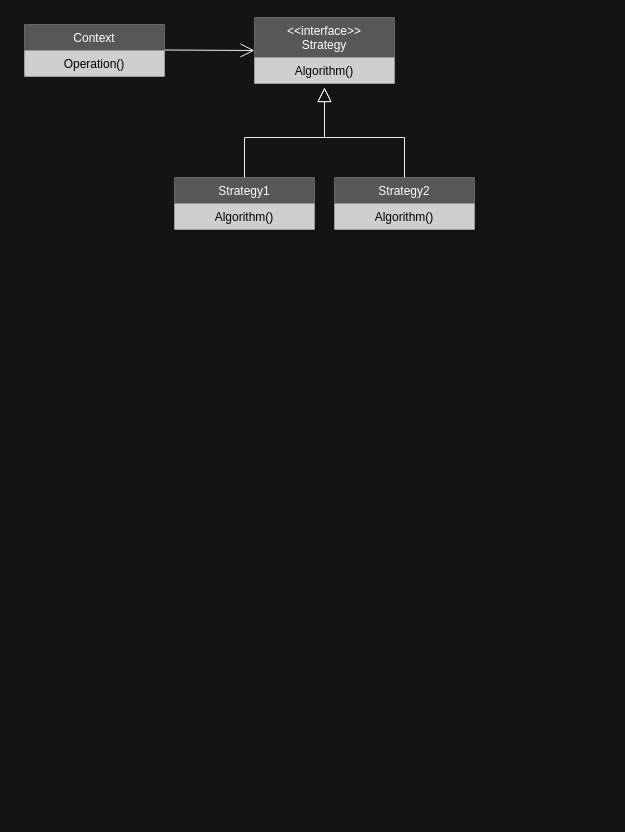
The draw.io diagram _posts_data/2021_0617_Strategy Pattern.drawio in rito15/rito15.github.io, before the edit. Source tidied: cells renumbered, new cells numbered last; positions are measured from the earlier drawing's top-left corner, leaving out a move shared by most shapes. Both pictures are drawn from the tidied source at 100%, with x=0, y=0 at pixel (24, 17).
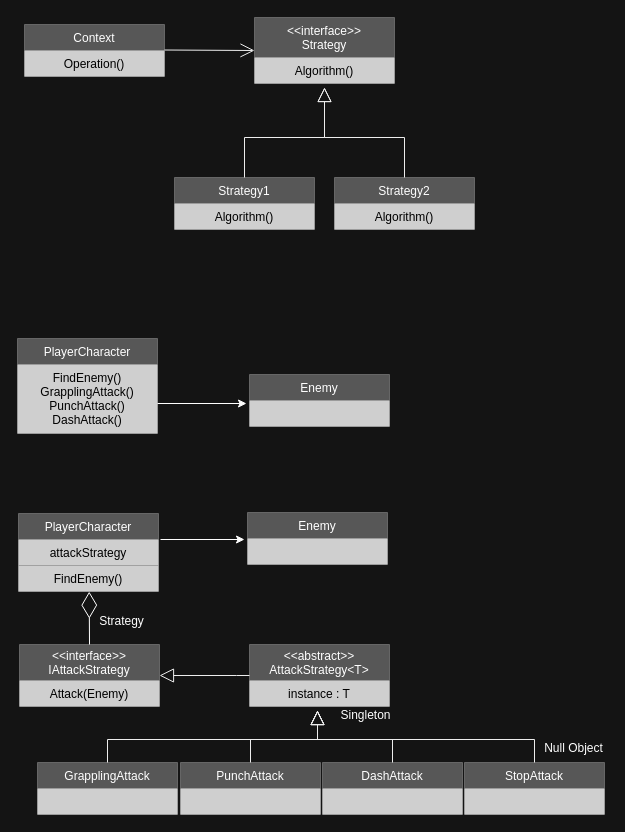
Above is the later version.

Diff of the diagram source:
```diff
@@
+    <mxCell id="13" value="PlayerCharacter" style="swimlane;fontStyle=0;horizontal=1;startSize=26;strokeColor=#666666;fillColor=#575757;fontColor=#FFFFFF;" parent="1" vertex="1">
+      <mxGeometry x="-7" y="321" width="140" height="95" as="geometry" />
+    </mxCell>
+    <mxCell id="14" value="FindEnemy()&#10;GrapplingAttack()&#10;PunchAttack()&#10;DashAttack()" style="text;strokeColor=none;align=center;verticalAlign=top;spacingLeft=4;spacingRight=4;overflow=hidden;fillColor=#CFCFCF;" parent="13" vertex="1">
+      <mxGeometry y="26" width="140" height="69" as="geometry" />
+    </mxCell>
+    <mxCell id="15" value="Enemy" style="swimlane;fontStyle=0;horizontal=1;startSize=26;strokeColor=#666666;fillColor=#575757;fontColor=#FFFFFF;" parent="1" vertex="1">
+      <mxGeometry x="225" y="357" width="140" height="52" as="geometry" />
+    </mxCell>
+    <mxCell id="16" style="text;strokeColor=none;align=center;verticalAlign=top;spacingLeft=4;spacingRight=4;overflow=hidden;fillColor=#CFCFCF;" parent="15" vertex="1">
+      <mxGeometry y="26" width="140" height="26" as="geometry" />
+    </mxCell>
+    <mxCell id="17" style="endArrow=classic;html=1;strokeColor=#FFFFFF;exitX=1;exitY=0.5;exitDx=0;exitDy=0;" parent="1" edge="1">
+      <mxGeometry relative="1" as="geometry">
+        <mxPoint x="133" y="386" as="sourcePoint" />
+        <mxPoint x="222" y="386" as="targetPoint" />
+      </mxGeometry>
+    </mxCell>
+    <mxCell id="18" value="PlayerCharacter" style="swimlane;fontStyle=0;horizontal=1;startSize=26;strokeColor=#666666;fillColor=#575757;fontColor=#FFFFFF;" parent="1" vertex="1">
+      <mxGeometry x="-6" y="496" width="140" height="78" as="geometry" />
+    </mxCell>
+    <mxCell id="19" value="attackStrategy" style="text;strokeColor=none;align=center;verticalAlign=top;spacingLeft=4;spacingRight=4;overflow=hidden;fillColor=#CFCFCF;" parent="18" vertex="1">
+      <mxGeometry y="26" width="140" height="26" as="geometry" />
+    </mxCell>
+    <mxCell id="20" value="FindEnemy()" style="text;strokeColor=none;align=center;verticalAlign=top;spacingLeft=4;spacingRight=4;overflow=hidden;points=[[0,0.5],[1,0.5]];portConstraint=eastwest;fillColor=#CFCFCF;" parent="18" vertex="1">
+      <mxGeometry y="52" width="140" height="26" as="geometry" />
+    </mxCell>
+    <mxCell id="21" value="Enemy" style="swimlane;fontStyle=0;horizontal=1;startSize=26;strokeColor=#666666;fillColor=#575757;fontColor=#FFFFFF;" parent="1" vertex="1">
+      <mxGeometry x="223" y="495" width="140" height="52" as="geometry" />
+    </mxCell>
+    <mxCell id="22" style="text;strokeColor=none;align=center;verticalAlign=top;spacingLeft=4;spacingRight=4;overflow=hidden;fillColor=#CFCFCF;" parent="21" vertex="1">
+      <mxGeometry y="26" width="140" height="26" as="geometry" />
+    </mxCell>
+    <mxCell id="23" value="&lt;&lt;interface&gt;&gt;&#10;IAttackStrategy" style="swimlane;fontStyle=0;horizontal=1;startSize=36;strokeColor=#666666;fillColor=#575757;fontColor=#FFFFFF;" parent="1" vertex="1">
+      <mxGeometry x="-5" y="627" width="140" height="62" as="geometry" />
+    </mxCell>
+    <mxCell id="24" value="Attack(Enemy)" style="text;strokeColor=none;align=center;verticalAlign=top;spacingLeft=4;spacingRight=4;overflow=hidden;fillColor=#CFCFCF;" parent="23" vertex="1">
+      <mxGeometry y="36" width="140" height="26" as="geometry" />
+    </mxCell>
+    <mxCell id="25" value="&lt;&lt;abstract&gt;&gt;&#10;AttackStrategy&lt;T&gt;" style="swimlane;fontStyle=0;horizontal=1;startSize=36;strokeColor=#666666;fillColor=#575757;fontColor=#FFFFFF;" parent="1" vertex="1">
+      <mxGeometry x="225" y="627" width="140" height="62" as="geometry" />
+    </mxCell>
+    <mxCell id="26" value="instance : T" style="text;strokeColor=none;align=center;verticalAlign=top;spacingLeft=4;spacingRight=4;overflow=hidden;fillColor=#CFCFCF;" parent="25" vertex="1">
+      <mxGeometry y="36" width="140" height="26" as="geometry" />
+    </mxCell>
+    <mxCell id="27" value="DashAttack" style="swimlane;fontStyle=0;horizontal=1;startSize=26;strokeColor=#666666;fillColor=#575757;fontColor=#FFFFFF;" parent="1" vertex="1">
+      <mxGeometry x="298" y="745" width="140" height="52" as="geometry" />
+    </mxCell>
+    <mxCell id="28" style="text;strokeColor=none;align=center;verticalAlign=top;spacingLeft=4;spacingRight=4;overflow=hidden;fillColor=#CFCFCF;" parent="27" vertex="1">
+      <mxGeometry y="26" width="140" height="26" as="geometry" />
+    </mxCell>
+    <mxCell id="29" value="PunchAttack" style="swimlane;fontStyle=0;horizontal=1;startSize=26;strokeColor=#666666;fillColor=#575757;fontColor=#FFFFFF;" parent="1" vertex="1">
+      <mxGeometry x="156" y="745" width="140" height="52" as="geometry" />
+    </mxCell>
+    <mxCell id="30" style="text;strokeColor=none;align=center;verticalAlign=top;spacingLeft=4;spacingRight=4;overflow=hidden;fillColor=#CFCFCF;" parent="29" vertex="1">
+      <mxGeometry y="26" width="140" height="26" as="geometry" />
+    </mxCell>
+    <mxCell id="31" value="StopAttack" style="swimlane;fontStyle=0;horizontal=1;startSize=26;strokeColor=#666666;fillColor=#575757;fontColor=#FFFFFF;" parent="1" vertex="1">
+      <mxGeometry x="440" y="745" width="140" height="52" as="geometry" />
+    </mxCell>
+    <mxCell id="32" style="text;strokeColor=none;align=center;verticalAlign=top;spacingLeft=4;spacingRight=4;overflow=hidden;fillColor=#CFCFCF;" parent="31" vertex="1">
+      <mxGeometry y="26" width="140" height="26" as="geometry" />
+    </mxCell>
+    <mxCell id="33" value="GrapplingAttack" style="swimlane;fontStyle=0;horizontal=1;startSize=26;strokeColor=#666666;fillColor=#575757;fontColor=#FFFFFF;" parent="1" vertex="1">
+      <mxGeometry x="13" y="745" width="140" height="52" as="geometry" />
+    </mxCell>
+    <mxCell id="34" style="text;strokeColor=none;align=center;verticalAlign=top;spacingLeft=4;spacingRight=4;overflow=hidden;fillColor=#CFCFCF;" parent="33" vertex="1">
+      <mxGeometry y="26" width="140" height="26" as="geometry" />
+    </mxCell>
+    <mxCell id="35" style="endArrow=classic;html=1;strokeColor=#FFFFFF;" parent="1" edge="1">
+      <mxGeometry relative="1" as="geometry">
+        <mxPoint x="136" y="522" as="sourcePoint" />
+        <mxPoint x="220" y="522" as="targetPoint" />
+      </mxGeometry>
+    </mxCell>
+    <mxCell id="36" style="endArrow=block;endFill=0;endSize=12;html=1;fontColor=#FFFFFF;edgeStyle=orthogonalEdgeStyle;exitX=0.5;exitY=0;exitDx=0;exitDy=0;rounded=0;strokeColor=#EDEDED;" parent="1" edge="1" source="27">
+      <mxGeometry relative="1" as="geometry">
+        <mxPoint x="293" y="693" as="targetPoint" />
+        <Array as="points">
+          <mxPoint x="368" y="722" />
+          <mxPoint x="293" y="722" />
+        </Array>
+      </mxGeometry>
+    </mxCell>
+    <mxCell id="37" style="endArrow=block;endFill=0;endSize=12;html=1;fontColor=#FFFFFF;edgeStyle=orthogonalEdgeStyle;exitX=0.5;exitY=0;exitDx=0;exitDy=0;rounded=0;strokeColor=#EDEDED;" parent="1" edge="1" source="29">
+      <mxGeometry relative="1" as="geometry">
+        <mxPoint x="293" y="693" as="targetPoint" />
+        <Array as="points">
+          <mxPoint x="226" y="722" />
+          <mxPoint x="293" y="722" />
+        </Array>
+      </mxGeometry>
+    </mxCell>
+    <mxCell id="38" style="endArrow=block;endFill=0;endSize=12;html=1;fontColor=#FFFFFF;edgeStyle=orthogonalEdgeStyle;exitX=0.5;exitY=0;exitDx=0;exitDy=0;rounded=0;strokeColor=#EDEDED;" parent="1" edge="1" source="33">
+      <mxGeometry relative="1" as="geometry">
+        <mxPoint x="293" y="693" as="targetPoint" />
+        <Array as="points">
+          <mxPoint x="83" y="722" />
+          <mxPoint x="293" y="722" />
+        </Array>
+      </mxGeometry>
+    </mxCell>
+    <mxCell id="39" style="endArrow=block;endFill=0;endSize=12;html=1;fontColor=#FFFFFF;edgeStyle=orthogonalEdgeStyle;exitX=0.5;exitY=0;exitDx=0;exitDy=0;rounded=0;strokeColor=#EDEDED;" parent="1" edge="1" source="31">
+      <mxGeometry relative="1" as="geometry">
+        <mxPoint x="293" y="693" as="targetPoint" />
+        <Array as="points">
+          <mxPoint x="510" y="722" />
+          <mxPoint x="293" y="722" />
+        </Array>
+      </mxGeometry>
+    </mxCell>
+    <mxCell id="40" style="endArrow=block;endFill=0;endSize=12;html=1;fontColor=#FFFFFF;edgeStyle=orthogonalEdgeStyle;exitX=0;exitY=0.5;exitDx=0;exitDy=0;rounded=0;strokeColor=#EDEDED;entryX=1;entryY=0.5;entryDx=0;entryDy=0;" parent="1" edge="1" source="25" target="23">
+      <mxGeometry relative="1" as="geometry">
+        <Array as="points">
+          <mxPoint x="212" y="658" />
+          <mxPoint x="212" y="658" />
+        </Array>
+      </mxGeometry>
+    </mxCell>
+    <mxCell id="41" style="endArrow=diamondThin;endFill=0;endSize=24;html=1;strokeColor=#FFFFFF;exitX=0.5;exitY=0;exitDx=0;exitDy=0;entryX=0.505;entryY=1.006;entryDx=0;entryDy=0;entryPerimeter=0;" parent="1" edge="1" source="23" target="20">
+      <mxGeometry relative="1" as="geometry" />
+    </mxCell>
+    <mxCell id="42" value="Null Object" style="text;html=1;align=center;verticalAlign=middle;strokeColor=none;fontColor=#FFFFFF;" parent="1" vertex="1">
+      <mxGeometry x="514" y="722" width="69" height="18" as="geometry" />
+    </mxCell>
+    <mxCell id="43" value="Singleton" style="text;html=1;align=center;verticalAlign=middle;strokeColor=none;fontColor=#FFFFFF;" parent="1" vertex="1">
+      <mxGeometry x="311" y="689" width="60" height="18" as="geometry" />
+    </mxCell>
+    <mxCell id="44" value="Strategy" style="text;html=1;align=center;verticalAlign=middle;strokeColor=none;fontColor=#FFFFFF;" parent="1" vertex="1">
+      <mxGeometry x="69" y="595" width="55" height="18" as="geometry" />
+    </mxCell>
```
